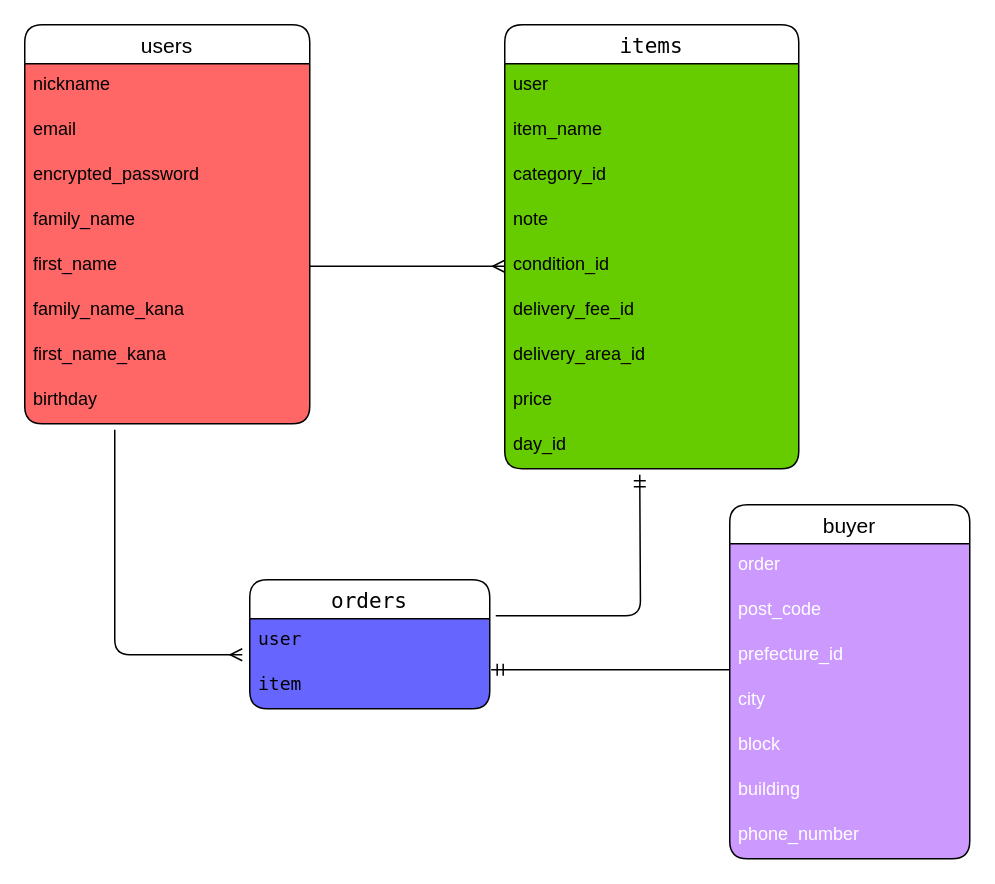
Earlier version of the draw.io diagram furima.dio (watoco015/furima-39807). Source tidied: cells renumbered, new cells numbered last; positions are measured from the earlier drawing's top-left corner, leaving out a move shared by most shapes. Both pictures are drawn from the tidied source at 150%, with x=0, y=0 at pixel (24, 24).
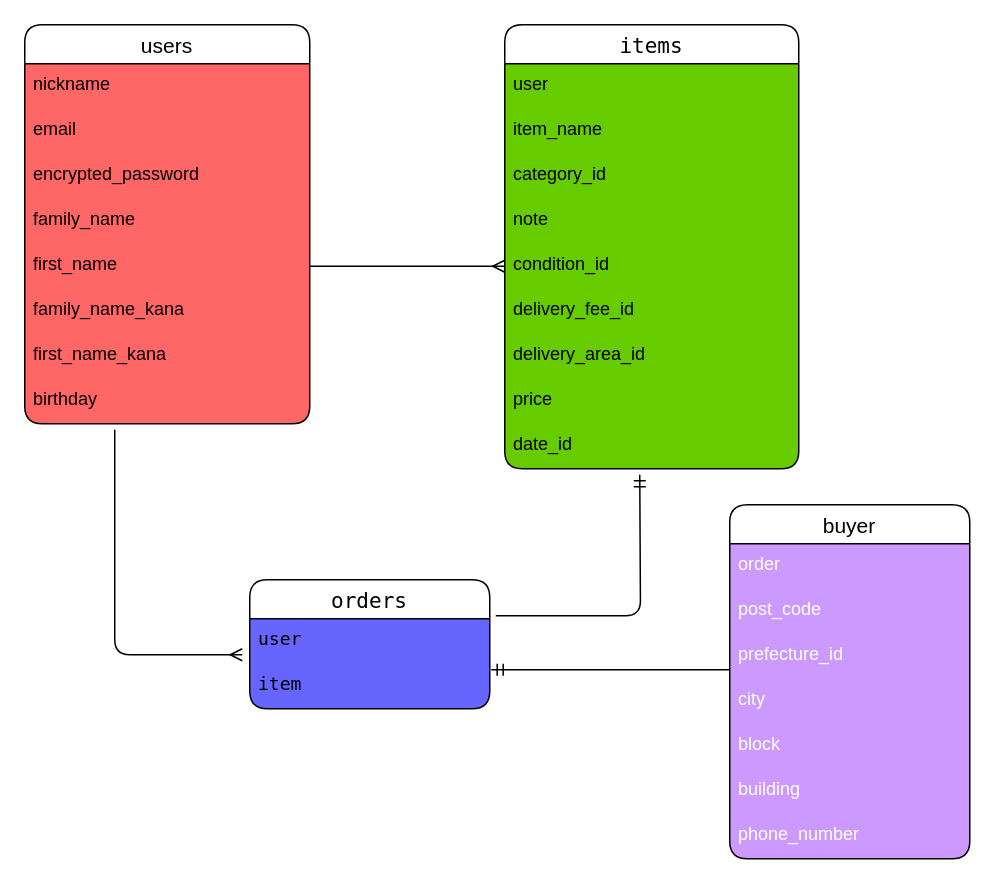
Above is the later version.

Unchanged cells that the change refers to:
```xml
<mxCell id="11" value="items" style="swimlane;fontStyle=0;horizontal=1;startSize=26;align=center;fontSize=14;swimlaneFillColor=#66CC00;fontFamily=Lucida Console;rounded=1;labelBackgroundColor=default;" parent="1" vertex="1">
  <mxGeometry x="320" width="196" height="296" as="geometry" />
</mxCell>
```

Change to the diagram source:
```diff
@@
-    <mxCell id="20" value="day_id" style="text;strokeColor=none;fillColor=none;spacingLeft=4;spacingRight=4;overflow=hidden;fontSize=12;" parent="11" vertex="1">
+    <mxCell id="20" value="date_id" style="text;strokeColor=none;fillColor=none;spacingLeft=4;spacingRight=4;overflow=hidden;fontSize=12;" parent="11" vertex="1">
       <mxGeometry y="266" width="196" height="30" as="geometry" />
     </mxCell>
```
